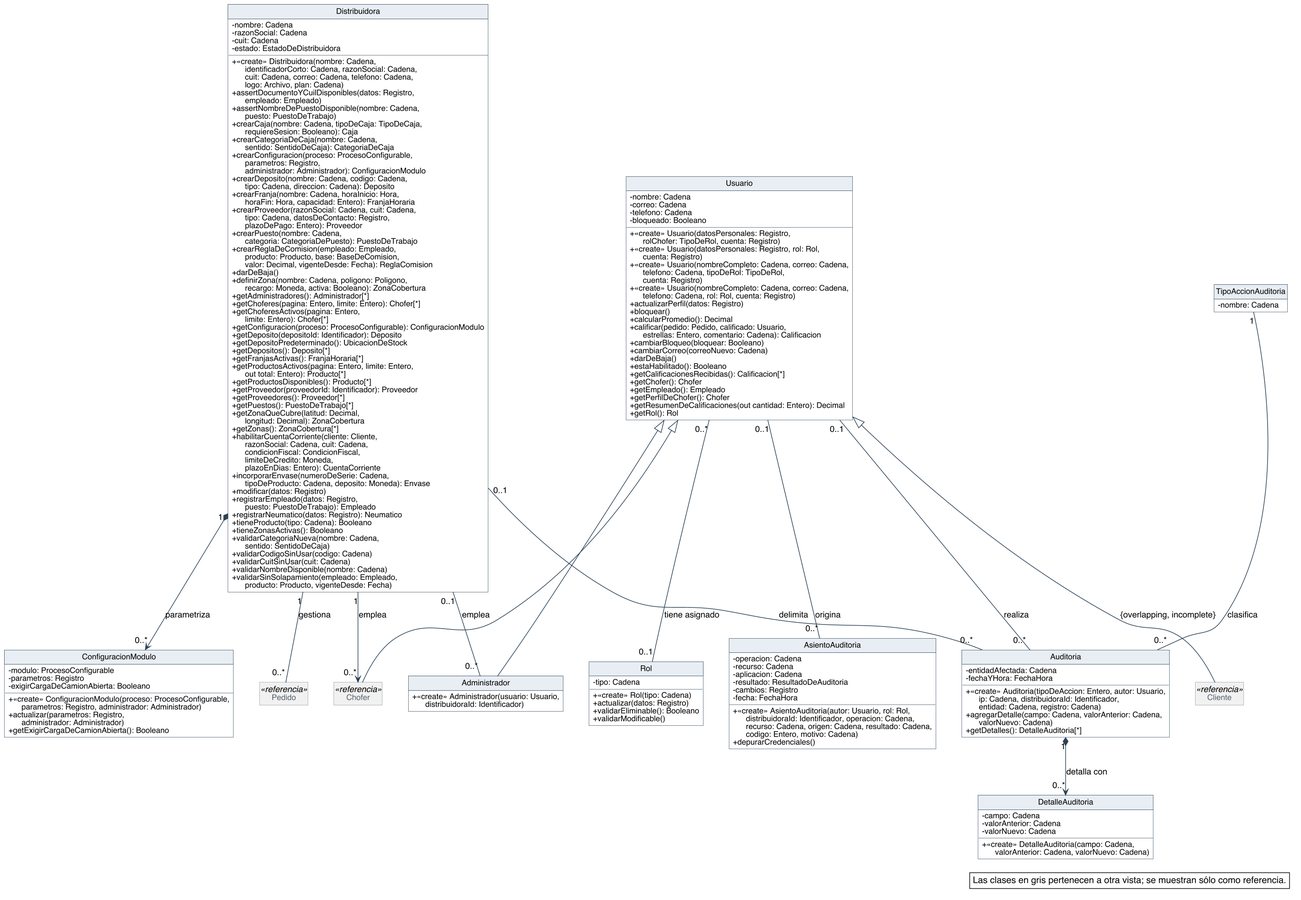
Above: diagramas/clases-diseno/DC_Organizacion-y-acceso.png in Nahuelito-Dev/splg-docs (PlantUML), before the change.
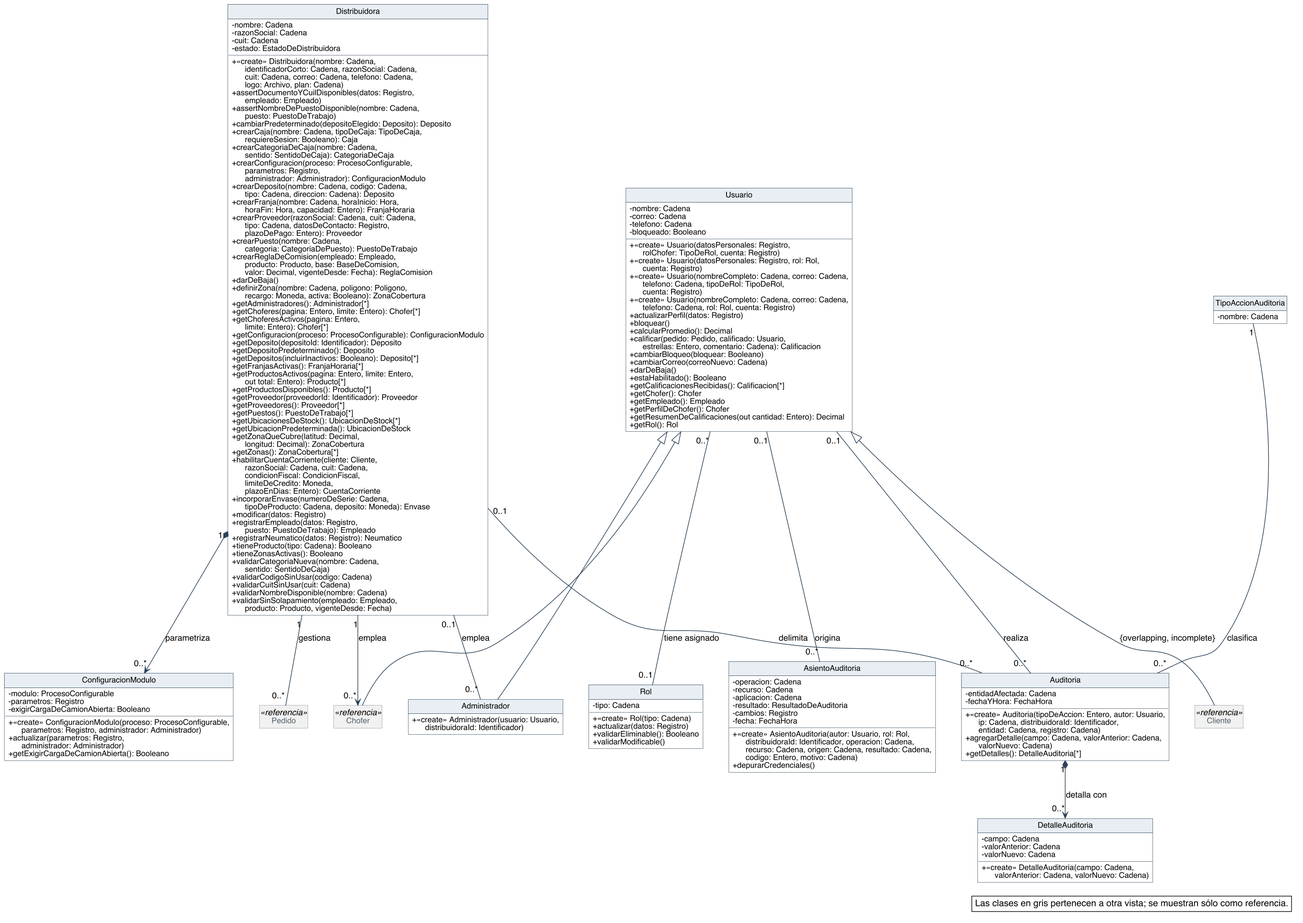
Above is the later version.

Change to the diagram source:
```diff
@@ -65,6 +65,7 @@
   + «create» Distribuidora(nombre: Cadena,\n      identificadorCorto: Cadena, razonSocial: Cadena,\n      cuit: Cadena, correo: Cadena, telefono: Cadena,\n      logo: Archivo, plan: Cadena)
   + assertDocumentoYCuilDisponibles(datos: Registro,\n      empleado: Empleado)
   + assertNombreDePuestoDisponible(nombre: Cadena,\n      puesto: PuestoDeTrabajo)
+  + cambiarPredeterminado(depositoElegido: Deposito): Deposito
   + crearCaja(nombre: Cadena, tipoDeCaja: TipoDeCaja,\n      requiereSesion: Booleano): Caja
   + crearCategoriaDeCaja(nombre: Cadena,\n      sentido: SentidoDeCaja): CategoriaDeCaja
   + crearConfiguracion(proceso: ProcesoConfigurable,\n      parametros: Registro,\n      administrador: Administrador): ConfiguracionModulo
@@ -80,14 +81,16 @@
   + getChoferesActivos(pagina: Entero,\n      limite: Entero): Chofer[*]
   + getConfiguracion(proceso: ProcesoConfigurable): ConfiguracionModulo
   + getDeposito(depositoId: Identificador): Deposito
-  + getDepositoPredeterminado(): UbicacionDeStock
-  + getDepositos(): Deposito[*]
+  + getDepositoPredeterminado(): Deposito
+  + getDepositos(incluirInactivos: Booleano): Deposito[*]
   + getFranjasActivas(): FranjaHoraria[*]
   + getProductosActivos(pagina: Entero, limite: Entero,\n      out total: Entero): Producto[*]
   + getProductosDisponibles(): Producto[*]
   + getProveedor(proveedorId: Identificador): Proveedor
   + getProveedores(): Proveedor[*]
   + getPuestos(): PuestoDeTrabajo[*]
+  + getUbicacionesDeStock(): UbicacionDeStock[*]
+  + getUbicacionPredeterminada(): UbicacionDeStock
   + getZonaQueCubre(latitud: Decimal,\n      longitud: Decimal): ZonaCobertura
   + getZonas(): ZonaCobertura[*]
   + habilitarCuentaCorriente(cliente: Cliente,\n      razonSocial: Cadena, cuit: Cadena,\n      condicionFiscal: CondicionFiscal,\n      limiteDeCredito: Moneda,\n      plazoEnDias: Entero): CuentaCorriente
```
